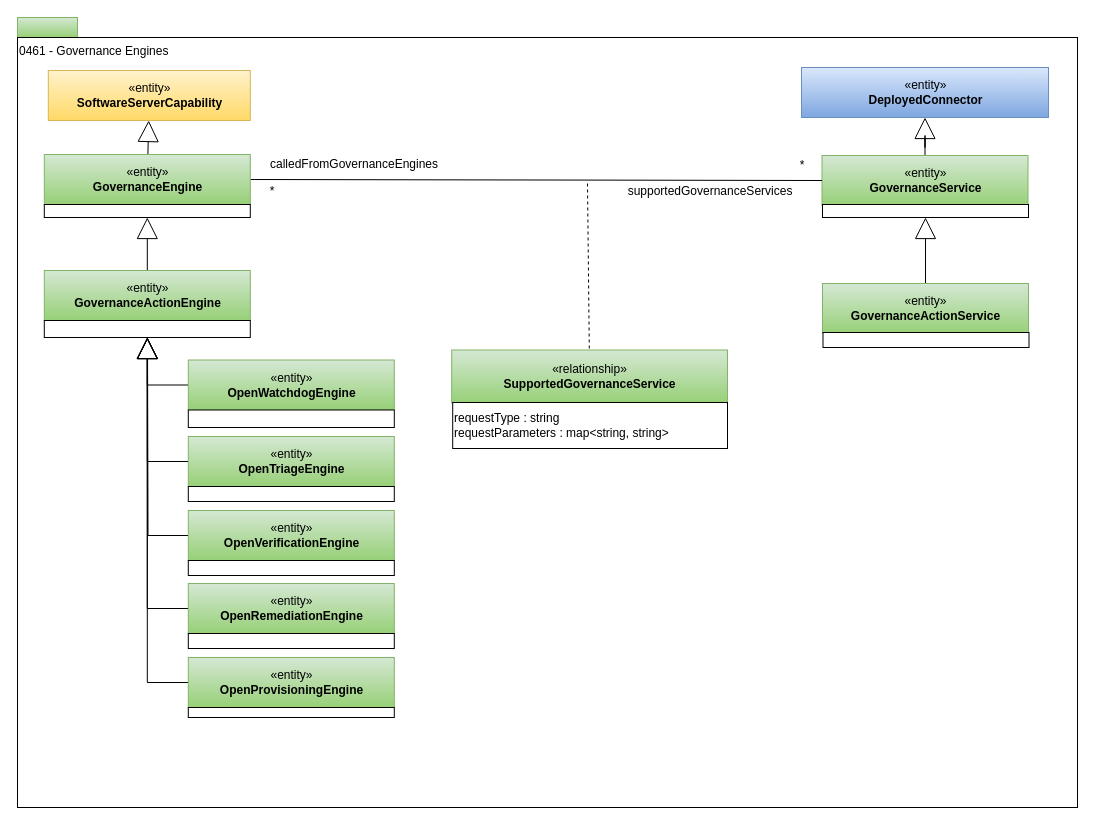
Before: page "0461-Governance-Engines" (21 of 28) of open-metadata-publication/website/open-metadata-types/area-4-governance.drawio in odpi/egeria, a draw.io diagram. Source tidied: cells renumbered, new cells numbered last; positions are measured from the earlier drawing's top-left corner, leaving out a move shared by most shapes. Both pictures are drawn from the tidied source at 100%, with x=0, y=0 at pixel (17, 17).
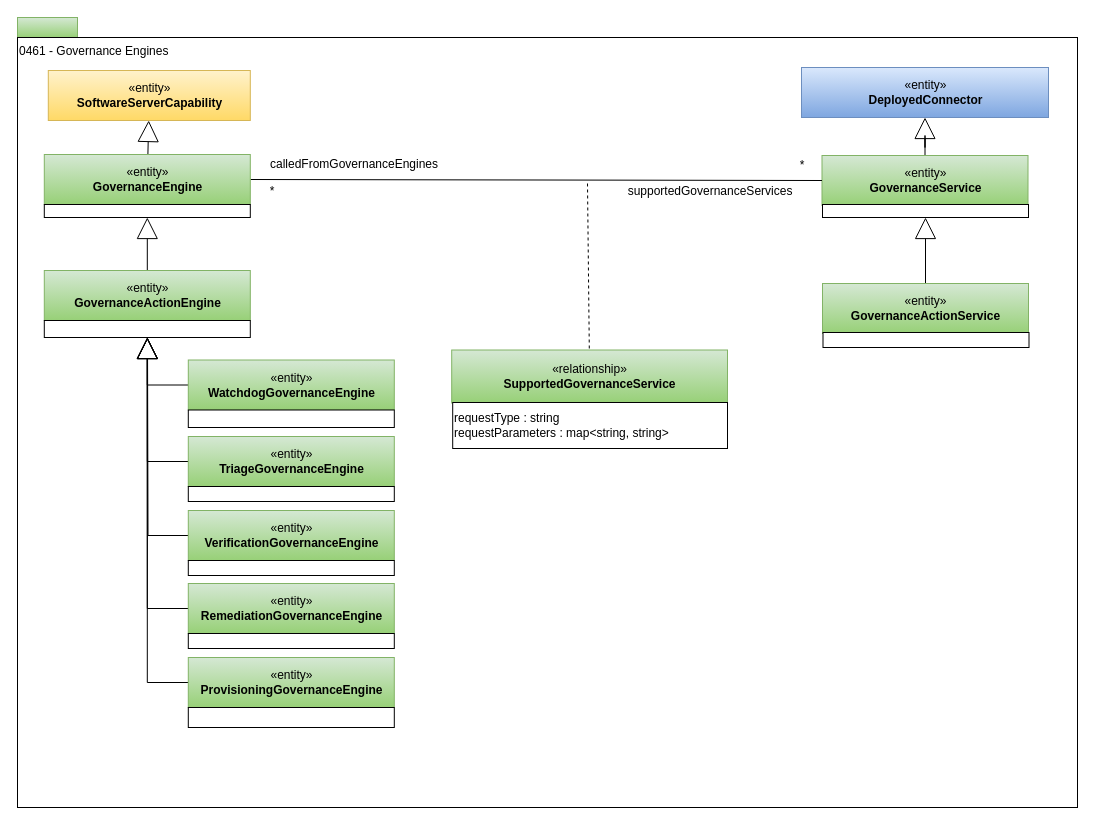
The same page after the edit.

Change to the diagram source:
```diff
@@
-    <mxCell id="9" value="«entity»&lt;br&gt;&lt;b&gt;OpenWatchdogEngine&lt;/b&gt;" style="html=1;strokeColor=#82b366;align=center;fillColor=#d5e8d4;gradientColor=#97d077;" parent="1" vertex="1">
+    <mxCell id="9" value="«entity»&lt;br&gt;&lt;b&gt;WatchdogGovernanceEngine&lt;/b&gt;" style="html=1;strokeColor=#82b366;align=center;fillColor=#d5e8d4;gradientColor=#97d077;" parent="1" vertex="1">
       <mxGeometry x="170.8" y="342.5" width="206" height="50" as="geometry" />
     </mxCell>
@@
-    <mxCell id="12" value="«entity»&lt;br&gt;&lt;b&gt;OpenTriageEngine&lt;/b&gt;" style="html=1;strokeColor=#82b366;align=center;fillColor=#d5e8d4;gradientColor=#97d077;" parent="1" vertex="1">
+    <mxCell id="12" value="«entity»&lt;br&gt;&lt;b&gt;TriageGovernanceEngine&lt;/b&gt;" style="html=1;strokeColor=#82b366;align=center;fillColor=#d5e8d4;gradientColor=#97d077;" parent="1" vertex="1">
       <mxGeometry x="170.8" y="419" width="206" height="50" as="geometry" />
     </mxCell>
@@
-    <mxCell id="15" value="«entity»&lt;br&gt;&lt;b&gt;OpenRemediationEngine&lt;/b&gt;" style="html=1;strokeColor=#82b366;align=center;fillColor=#d5e8d4;gradientColor=#97d077;" parent="1" vertex="1">
+    <mxCell id="15" value="«entity»&lt;br&gt;&lt;b&gt;RemediationGovernanceEngine&lt;/b&gt;" style="html=1;strokeColor=#82b366;align=center;fillColor=#d5e8d4;gradientColor=#97d077;" parent="1" vertex="1">
       <mxGeometry x="170.8" y="566" width="206" height="50" as="geometry" />
     </mxCell>
@@
-    <mxCell id="17" value="«entity»&lt;br&gt;&lt;b&gt;OpenProvisioningEngine&lt;/b&gt;" style="html=1;strokeColor=#82b366;align=center;fillColor=#d5e8d4;gradientColor=#97d077;" parent="1" vertex="1">
+    <mxCell id="17" value="«entity»&lt;br&gt;&lt;b&gt;ProvisioningGovernanceEngine&lt;/b&gt;" style="html=1;strokeColor=#82b366;align=center;fillColor=#d5e8d4;gradientColor=#97d077;" parent="1" vertex="1">
       <mxGeometry x="170.8" y="640" width="206" height="50" as="geometry" />
     </mxCell>
@@
     <mxCell id="36" style="rounded=0;whiteSpace=wrap;html=1;strokeColor=#000000;gradientColor=#ffffff;align=center;" parent="1" vertex="1">
-      <mxGeometry x="170.8" y="690" width="206" height="10" as="geometry" />
+      <mxGeometry x="170.8" y="690" width="206" height="20" as="geometry" />
     </mxCell>
@@
-    <mxCell id="38" value="«entity»&lt;br&gt;&lt;b&gt;OpenVerificationEngine&lt;/b&gt;" style="html=1;strokeColor=#82b366;align=center;fillColor=#d5e8d4;gradientColor=#97d077;" parent="1" vertex="1">
+    <mxCell id="38" value="«entity»&lt;br&gt;&lt;b&gt;VerificationGovernanceEngine&lt;/b&gt;" style="html=1;strokeColor=#82b366;align=center;fillColor=#d5e8d4;gradientColor=#97d077;" parent="1" vertex="1">
       <mxGeometry x="170.8" y="493" width="206" height="50" as="geometry" />
     </mxCell>
```
